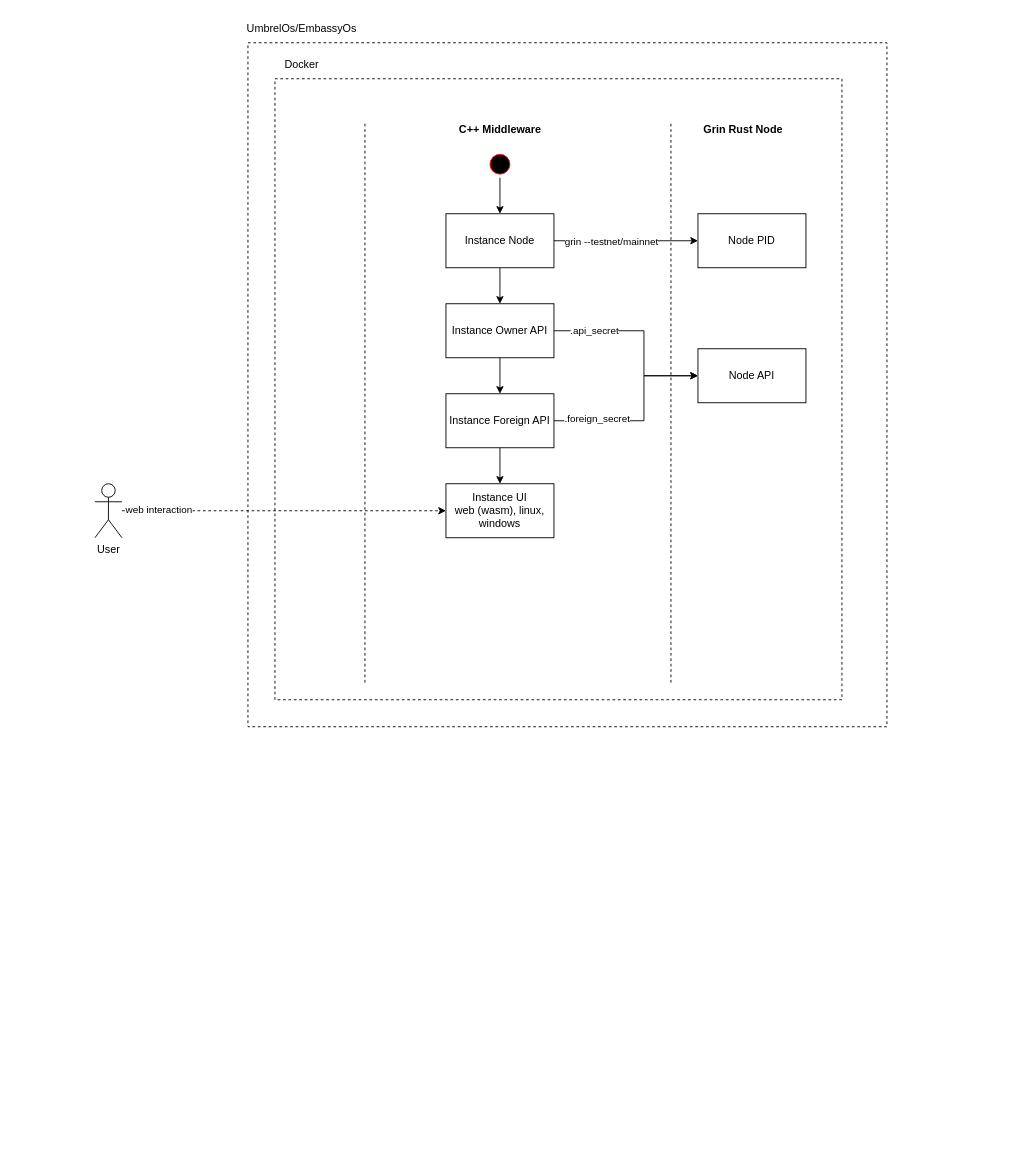
Before: docs/flowchart.drawio in wiesche89/grin-node-docker, a draw.io diagram. Source tidied: cells renumbered, new cells numbered last; positions are measured from the earlier drawing's top-left corner, leaving out a move shared by most shapes. Both pictures are drawn from the tidied source at 90%, with x=0, y=0 at pixel (94, 15).
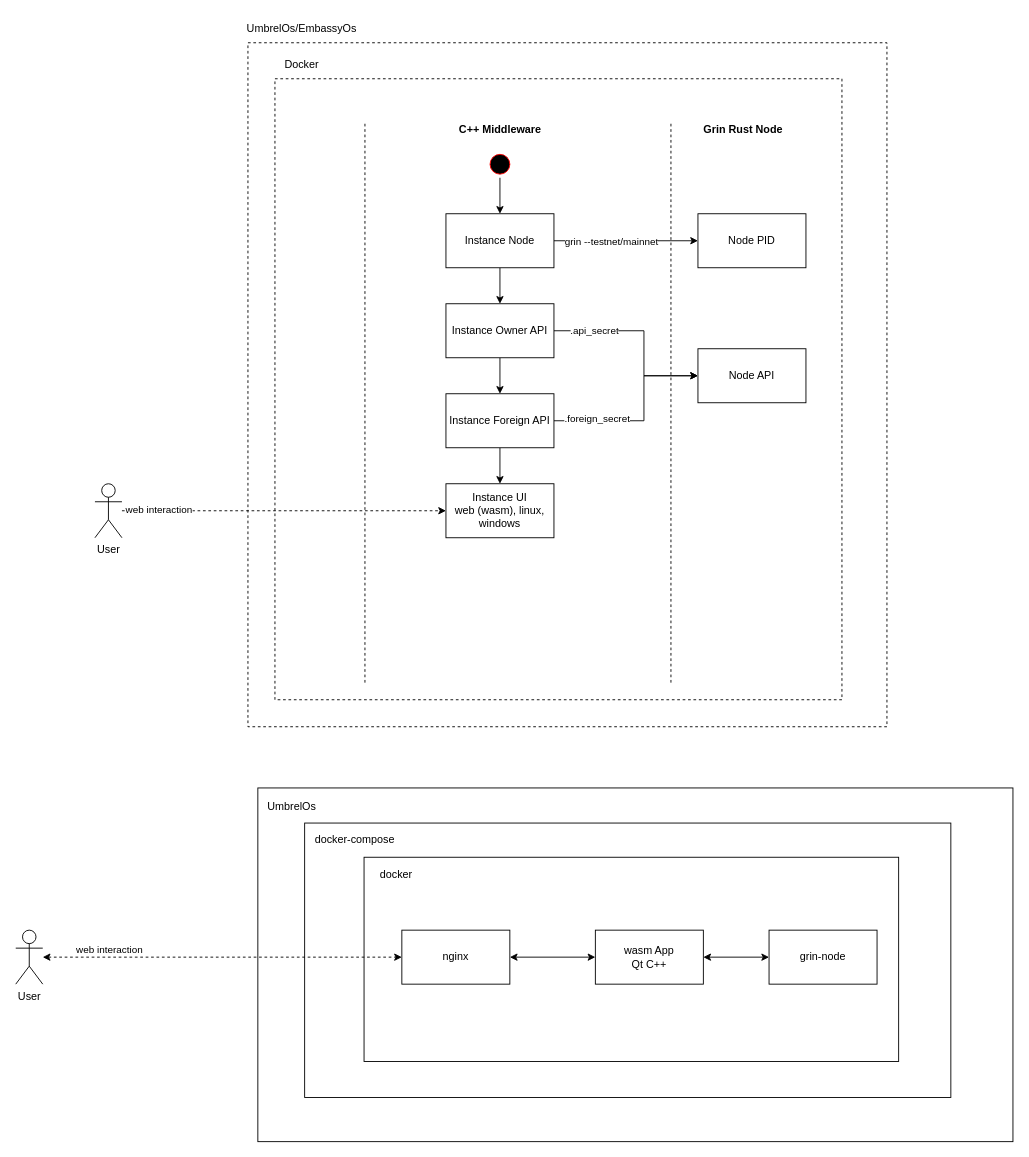
The same page after the edit.

The edit, as a diff of the source:
```diff
@@
+    <mxCell id="30" style="rounded=0;whiteSpace=wrap;html=1;" parent="1" vertex="1">
+      <mxGeometry x="181" y="858" width="839" height="393" as="geometry" />
+    </mxCell>
+    <mxCell id="31" style="rounded=0;whiteSpace=wrap;html=1;" parent="1" vertex="1">
+      <mxGeometry x="233" y="897" width="718" height="305" as="geometry" />
+    </mxCell>
+    <mxCell id="32" style="rounded=0;whiteSpace=wrap;html=1;" parent="1" vertex="1">
+      <mxGeometry x="299" y="935" width="594" height="227" as="geometry" />
+    </mxCell>
@@
+    <mxCell id="33" style="edgeStyle=orthogonalEdgeStyle;rounded=0;jettySize=auto;html=1;exitX=1;exitY=0.5;exitDx=0;exitDy=0;entryX=0;entryY=0.5;entryDx=0;entryDy=0;startArrow=classic;startFill=1;" parent="1" edge="1" source="34" target="39">
+      <mxGeometry relative="1" as="geometry" />
+    </mxCell>
+    <mxCell id="34" value="nginx" style="rounded=0;whiteSpace=wrap;html=1;" parent="1" vertex="1">
+      <mxGeometry x="341" y="1016" width="120" height="60" as="geometry" />
+    </mxCell>
+    <mxCell id="35" style="edgeStyle=orthogonalEdgeStyle;rounded=0;jettySize=auto;html=1;entryX=0;entryY=0.5;entryDx=0;entryDy=0;dashed=1;startArrow=classic;startFill=1;" parent="1" edge="1" source="37" target="34">
+      <mxGeometry relative="1" as="geometry" />
+    </mxCell>
+    <mxCell id="36" value="web interaction" style="edgeLabel;html=1;align=center;verticalAlign=middle;" parent="35" vertex="1">
+      <mxGeometry x="-0.78" y="2" relative="1" as="geometry">
+        <mxPoint x="29" y="-7" as="offset" />
+      </mxGeometry>
+    </mxCell>
+    <mxCell id="37" value="User" style="shape=umlActor;verticalLabelPosition=bottom;verticalAlign=top;html=1;" parent="1" vertex="1">
+      <mxGeometry x="-88" y="1016" width="30" height="60" as="geometry" />
+    </mxCell>
+    <mxCell id="38" style="edgeStyle=orthogonalEdgeStyle;rounded=0;jettySize=auto;html=1;exitX=1;exitY=0.5;exitDx=0;exitDy=0;entryX=0;entryY=0.5;entryDx=0;entryDy=0;startArrow=classic;startFill=1;" parent="1" edge="1" source="39" target="40">
+      <mxGeometry relative="1" as="geometry" />
+    </mxCell>
+    <mxCell id="39" value="wasm App&lt;br&gt;Qt C++" style="rounded=0;whiteSpace=wrap;html=1;" parent="1" vertex="1">
+      <mxGeometry x="556" y="1016" width="120" height="60" as="geometry" />
+    </mxCell>
+    <mxCell id="40" value="grin-node" style="rounded=0;whiteSpace=wrap;html=1;" parent="1" vertex="1">
+      <mxGeometry x="749" y="1016" width="120" height="60" as="geometry" />
+    </mxCell>
+    <mxCell id="41" value="docker" style="text;html=1;strokeColor=none;fillColor=none;align=center;verticalAlign=middle;whiteSpace=wrap;rounded=0;" parent="1" vertex="1">
+      <mxGeometry x="305" y="940" width="60" height="30" as="geometry" />
+    </mxCell>
+    <mxCell id="42" value="docker-compose" style="text;html=1;strokeColor=none;fillColor=none;align=center;verticalAlign=middle;whiteSpace=wrap;rounded=0;" parent="1" vertex="1">
+      <mxGeometry x="236" y="901" width="106" height="30" as="geometry" />
+    </mxCell>
+    <mxCell id="43" value="UmbrelOs" style="text;html=1;strokeColor=none;fillColor=none;align=center;verticalAlign=middle;whiteSpace=wrap;rounded=0;" parent="1" vertex="1">
+      <mxGeometry x="189" y="864" width="60" height="30" as="geometry" />
+    </mxCell>
```
